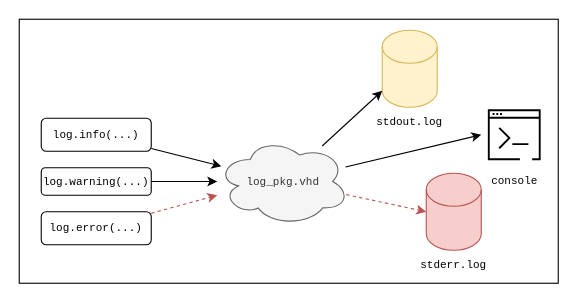
The draw.io diagram docs/log_structure.drawio in juanppalacios/verification, before the edit. Source tidied: cells renumbered, new cells numbered last; positions are measured from the earlier drawing's top-left corner, leaving out a move shared by most shapes. Both pictures are drawn from the tidied source at 110%, with x=0, y=0 at pixel (19, 19).
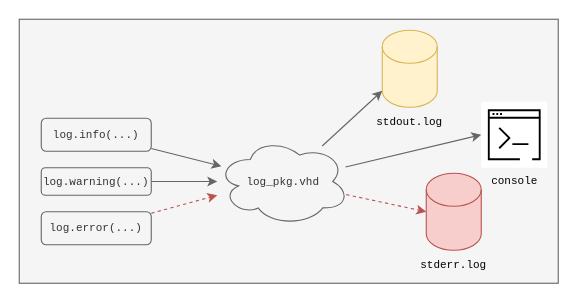
After the change.

The edit, as a diff of the source:
```diff
@@
 <mxGraphModel>
   <root>
     <mxCell id="0" />
     <mxCell id="1" parent="0" />
-    <mxCell id="2" style="rounded=0;whiteSpace=wrap;html=1;fontFamily=Courier New;fontSize=10;" parent="1" vertex="1">
+    <mxCell id="2" style="rounded=0;whiteSpace=wrap;html=1;fontFamily=Courier New;fontSize=10;fillColor=#f5f5f5;fontColor=#333333;strokeColor=#666666;" parent="1" vertex="1">
       <mxGeometry width="490" height="240" as="geometry" />
     </mxCell>
     <mxCell id="3" value="&lt;br&gt;&lt;br&gt;&lt;br&gt;&lt;br&gt;&lt;br&gt;&lt;br&gt;stderr.log" style="shape=cylinder3;whiteSpace=wrap;html=1;boundedLbl=1;backgroundOutline=1;size=15;fontSize=10;fontFamily=Courier New;fillColor=#f8cecc;strokeColor=#b85450;" parent="1" vertex="1">
       <mxGeometry x="370" y="140" width="50" height="70" as="geometry" />
     </mxCell>
-    <mxCell id="4" style="edgeStyle=none;rounded=0;html=1;fontFamily=Courier New;fontSize=10;" parent="1" edge="1" source="5" target="15">
+    <mxCell id="4" style="edgeStyle=none;rounded=0;html=1;fontFamily=Courier New;fontSize=10;fillColor=#f5f5f5;strokeColor=#666666;" parent="1" edge="1" source="5" target="15">
       <mxGeometry relative="1" as="geometry" />
     </mxCell>
-    <mxCell id="5" value="log.info(...)" style="rounded=1;whiteSpace=wrap;html=1;fontSize=10;fontFamily=Courier New;" parent="1" vertex="1">
+    <mxCell id="5" value="log.info(...)" style="rounded=1;whiteSpace=wrap;html=1;fontSize=10;fontFamily=Courier New;fillColor=#f5f5f5;fontColor=#333333;strokeColor=#666666;" parent="1" vertex="1">
       <mxGeometry x="20" y="90" width="100" height="30" as="geometry" />
     </mxCell>
     <mxCell id="6" value="console" style="sketch=0;points=[[0,0,0],[0.25,0,0],[0.5,0,0],[0.75,0,0],[1,0,0],[0,1,0],[0.25,1,0],[0.5,1,0],[0.75,1,0],[1,1,0],[0,0.25,0],[0,0.5,0],[0,0.75,0],[1,0.25,0],[1,0.5,0],[1,0.75,0]];outlineConnect=0;gradientDirection=north;dashed=0;verticalLabelPosition=bottom;verticalAlign=top;align=center;html=1;fontSize=10;fontStyle=0;shape=mxgraph.aws4.resourceIcon;resIcon=mxgraph.aws4.command_line_interface;fontFamily=Courier New;" parent="1" vertex="1">
       <mxGeometry x="420" y="75" width="60" height="60" as="geometry" />
     </mxCell>
-    <mxCell id="7" style="edgeStyle=none;rounded=0;html=1;fontFamily=Courier New;fontSize=10;" parent="1" edge="1" source="8" target="15">
+    <mxCell id="7" style="edgeStyle=none;rounded=0;html=1;fontFamily=Courier New;fontSize=10;fillColor=#f5f5f5;strokeColor=#666666;" parent="1" edge="1" source="8" target="15">
       <mxGeometry relative="1" as="geometry" />
     </mxCell>
-    <mxCell id="8" value="log.warning(...)" style="rounded=1;whiteSpace=wrap;html=1;fontSize=10;fontFamily=Courier New;" parent="1" vertex="1">
+    <mxCell id="8" value="log.warning(...)" style="rounded=1;whiteSpace=wrap;html=1;fontSize=10;fontFamily=Courier New;fillColor=#f5f5f5;fontColor=#333333;strokeColor=#666666;" parent="1" vertex="1">
       <mxGeometry x="20" y="135" width="100" height="25" as="geometry" />
     </mxCell>
     <mxCell id="9" style="edgeStyle=none;rounded=0;html=1;fontFamily=Courier New;fontSize=10;dashed=1;fillColor=#f8cecc;strokeColor=#b85450;" parent="1" edge="1" source="10">
       <mxGeometry relative="1" as="geometry">
         <mxPoint x="180" y="160" as="targetPoint" />
       </mxGeometry>
     </mxCell>
-    <mxCell id="10" value="log.error(...)" style="rounded=1;whiteSpace=wrap;html=1;fontSize=10;fontFamily=Courier New;" parent="1" vertex="1">
+    <mxCell id="10" value="log.error(...)" style="rounded=1;whiteSpace=wrap;html=1;fontSize=10;fontFamily=Courier New;fillColor=#f5f5f5;fontColor=#333333;strokeColor=#666666;" parent="1" vertex="1">
       <mxGeometry x="20" y="175" width="100" height="30" as="geometry" />
     </mxCell>
     <mxCell id="11" value="&lt;br&gt;&lt;br&gt;&lt;br&gt;&lt;br&gt;&lt;br&gt;&lt;br&gt;stdout.log" style="shape=cylinder3;whiteSpace=wrap;html=1;boundedLbl=1;backgroundOutline=1;size=15;fontSize=10;fontFamily=Courier New;fillColor=#fff2cc;strokeColor=#d6b656;" parent="1" vertex="1">
       <mxGeometry x="330" y="10" width="50" height="70" as="geometry" />
     </mxCell>
     <mxCell id="12" style="edgeStyle=none;rounded=0;html=1;entryX=0;entryY=0.5;entryDx=0;entryDy=0;entryPerimeter=0;fontFamily=Courier New;fontSize=10;dashed=1;fillColor=#f8cecc;strokeColor=#b85450;" parent="1" edge="1" source="15" target="3">
       <mxGeometry relative="1" as="geometry" />
     </mxCell>
-    <mxCell id="13" style="edgeStyle=none;rounded=0;html=1;entryX=0;entryY=1;entryDx=0;entryDy=-15;entryPerimeter=0;fontFamily=Courier New;fontSize=10;" parent="1" edge="1" source="15" target="11">
+    <mxCell id="13" style="edgeStyle=none;rounded=0;html=1;entryX=0;entryY=1;entryDx=0;entryDy=-15;entryPerimeter=0;fontFamily=Courier New;fontSize=10;fillColor=#f5f5f5;strokeColor=#666666;" parent="1" edge="1" source="15" target="11">
       <mxGeometry relative="1" as="geometry" />
     </mxCell>
-    <mxCell id="14" style="edgeStyle=none;rounded=0;html=1;entryX=0;entryY=0.5;entryDx=0;entryDy=0;entryPerimeter=0;fontFamily=Courier New;fontSize=10;" parent="1" edge="1" source="15" target="6">
+    <mxCell id="14" style="edgeStyle=none;rounded=0;html=1;entryX=0;entryY=0.5;entryDx=0;entryDy=0;entryPerimeter=0;fontFamily=Courier New;fontSize=10;fillColor=#f5f5f5;strokeColor=#666666;" parent="1" edge="1" source="15" target="6">
       <mxGeometry relative="1" as="geometry" />
     </mxCell>
     <mxCell id="15" value="log_pkg.vhd" style="ellipse;shape=cloud;whiteSpace=wrap;html=1;fontFamily=Courier New;fontSize=10;fillColor=#f5f5f5;fontColor=#333333;strokeColor=#666666;" parent="1" vertex="1">
       <mxGeometry x="180" y="107.5" width="120" height="80" as="geometry" />
     </mxCell>
   </root>
 </mxGraphModel>
```
